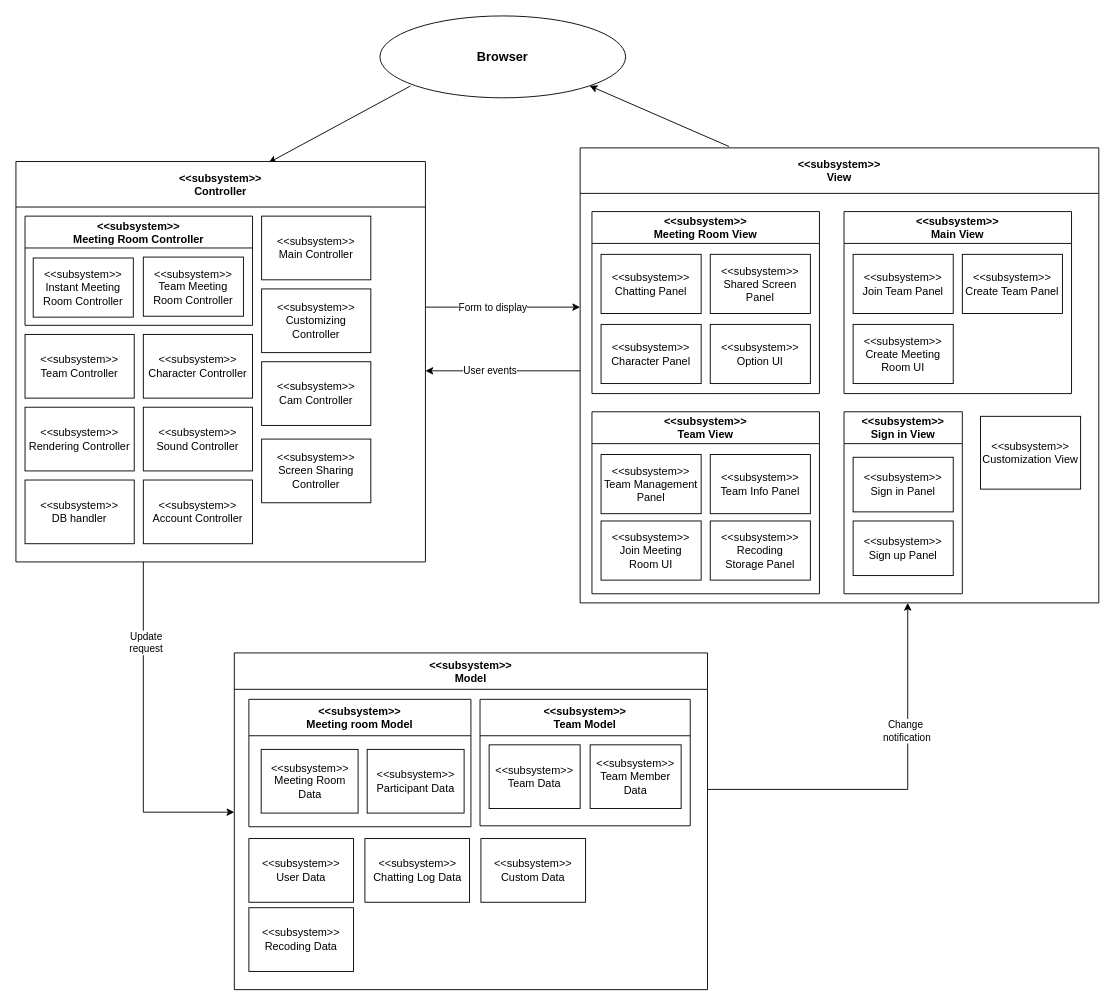
This is MVC_pattern.drawio from ONFFLine/Diagram, a draw.io file, before an edit. Source tidied: cells renumbered, new cells numbered last; positions are measured from the earlier drawing's top-left corner, leaving out a move shared by most shapes. Both pictures are drawn from the tidied source at 91%, with x=0, y=0 at pixel (15, 15).
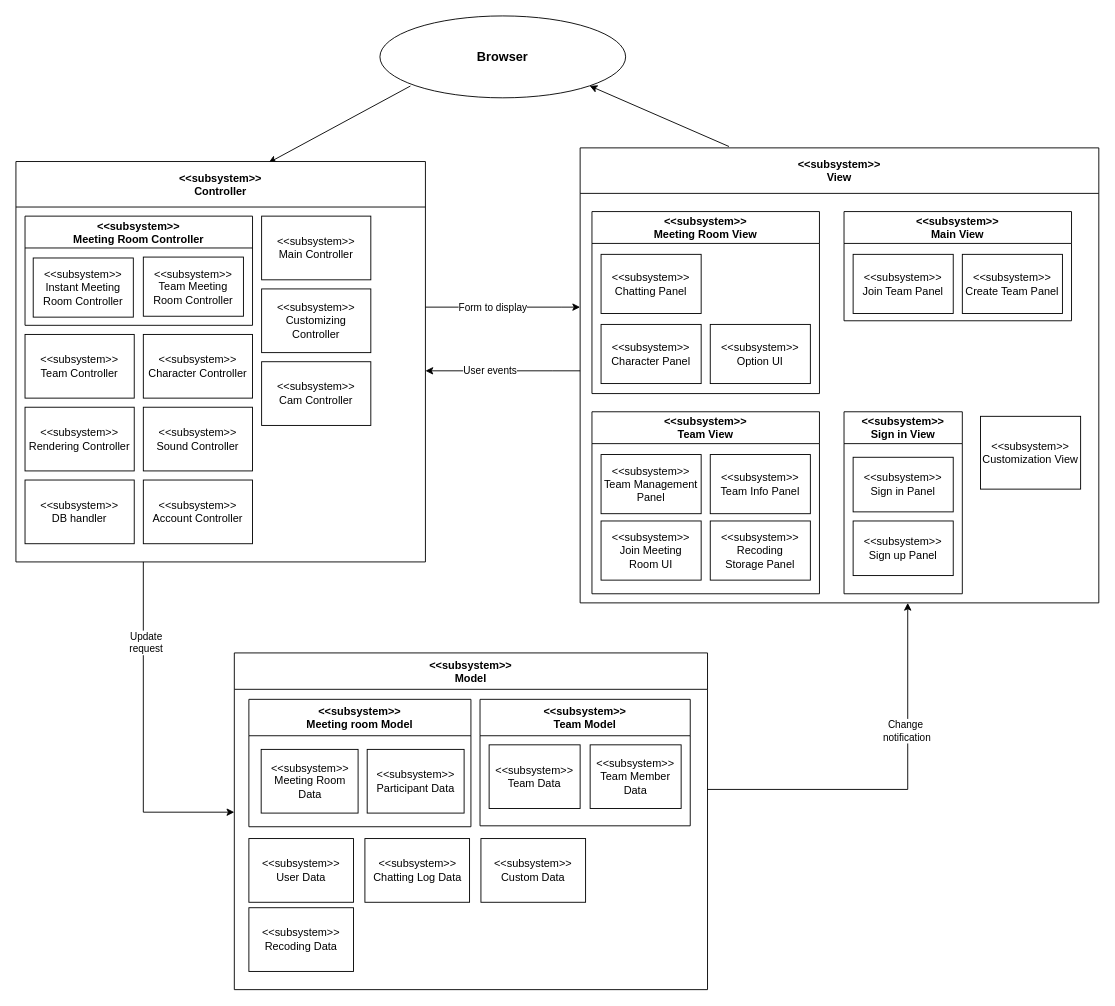
Above is the later version.

The change refers to these unchanged cells:
```xml
<mxCell id="9" value="&lt;&lt;subsystem&gt;&gt;&#10;Controller" style="swimlane;startSize=50;" parent="1" vertex="1">
  <mxGeometry y="160" width="450" height="440" as="geometry" />
</mxCell>
<mxCell id="26" value="&lt;&lt;subsystem&gt;&gt;&#10;View" style="swimlane;startSize=50;" parent="1" vertex="1">
  <mxGeometry x="620" y="145" width="570" height="500" as="geometry" />
</mxCell>
<mxCell id="27" value="&lt;&lt;subsystem&gt;&gt;&#10;Meeting Room View" style="swimlane;startSize=35;" parent="26" vertex="1">
  <mxGeometry x="13" y="70" width="250" height="200" as="geometry" />
</mxCell>
```

The edit, as a diff of the source:
```diff
@@
-    <mxCell id="23" value="&amp;lt;&amp;lt;subsystem&amp;gt;&amp;gt;&lt;br&gt;Screen Sharing Controller" style="whiteSpace=wrap;html=1;" parent="9" vertex="1">
-      <mxGeometry x="270" y="305" width="120" height="70" as="geometry" />
-    </mxCell>
@@
-    <mxCell id="30" value="&amp;lt;&amp;lt;subsystem&amp;gt;&amp;gt;&lt;br&gt;Shared Screen Panel" style="whiteSpace=wrap;html=1;" parent="27" vertex="1">
-      <mxGeometry x="130" y="47" width="110" height="65" as="geometry" />
-    </mxCell>
@@
     <mxCell id="40" value="&lt;&lt;subsystem&gt;&gt;&#10;Main View" style="swimlane;startSize=35;" parent="26" vertex="1">
-      <mxGeometry x="290" y="70" width="250" height="200" as="geometry" />
+      <mxGeometry x="290" y="70" width="250" height="120" as="geometry" />
     </mxCell>
@@
-    <mxCell id="44" value="&amp;lt;&amp;lt;subsystem&amp;gt;&amp;gt;&lt;br&gt;Create Meeting Room UI" style="whiteSpace=wrap;html=1;" parent="40" vertex="1">
-      <mxGeometry x="10" y="124" width="110" height="65" as="geometry" />
-    </mxCell>
```
